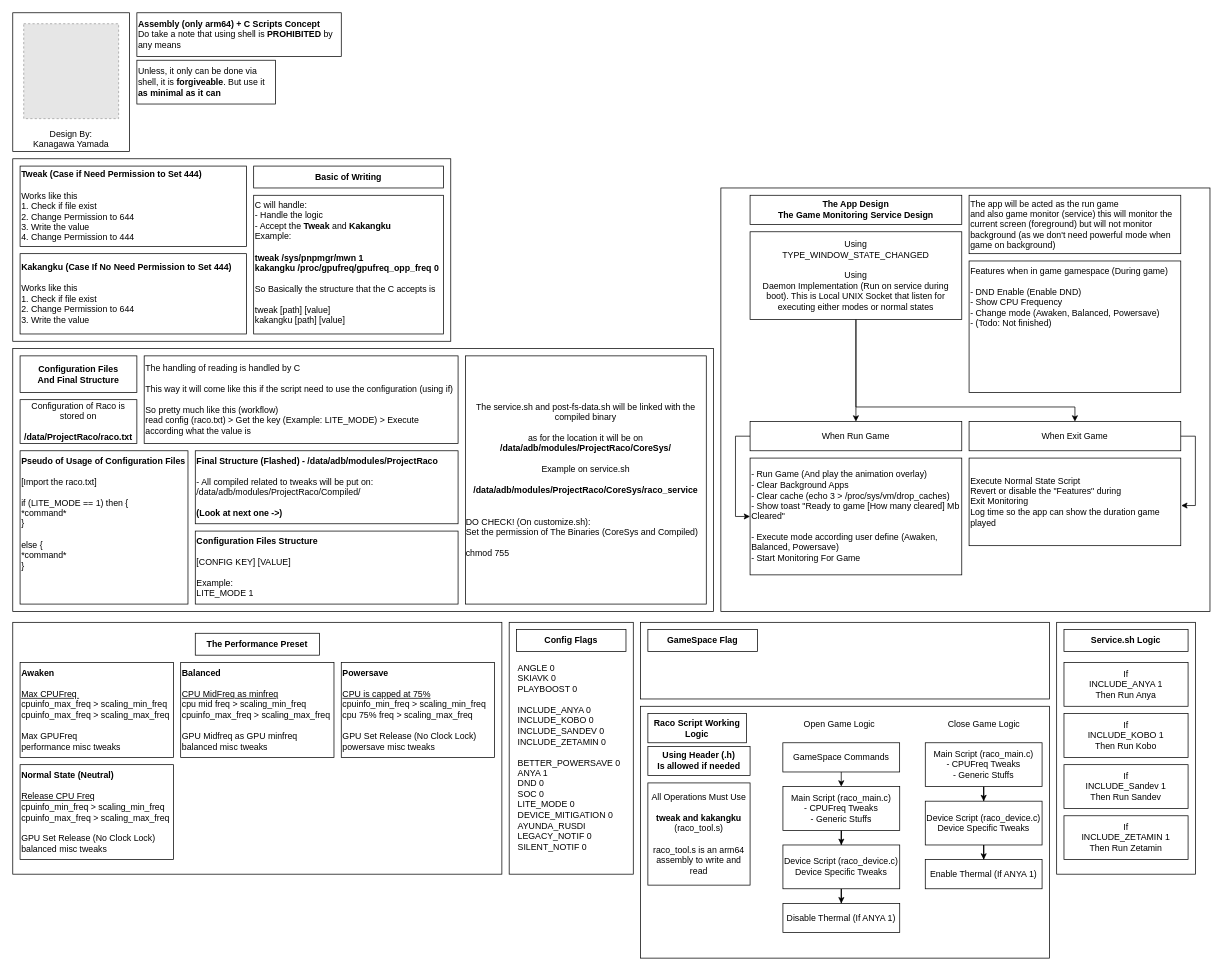
Above: Designs/Structure of Project Raco.drawio in LoggingNewMemory/Project-Raco (draw.io), before the change. Source tidied: cells renumbered, new cells numbered last; positions are measured from the earlier drawing's top-left corner, leaving out a move shared by most shapes. Both pictures are drawn from the tidied source at 73%, with x=0, y=0 at pixel (12, 12). Pictures stored in the file or linked from it are replaced by grey dashed boxes.
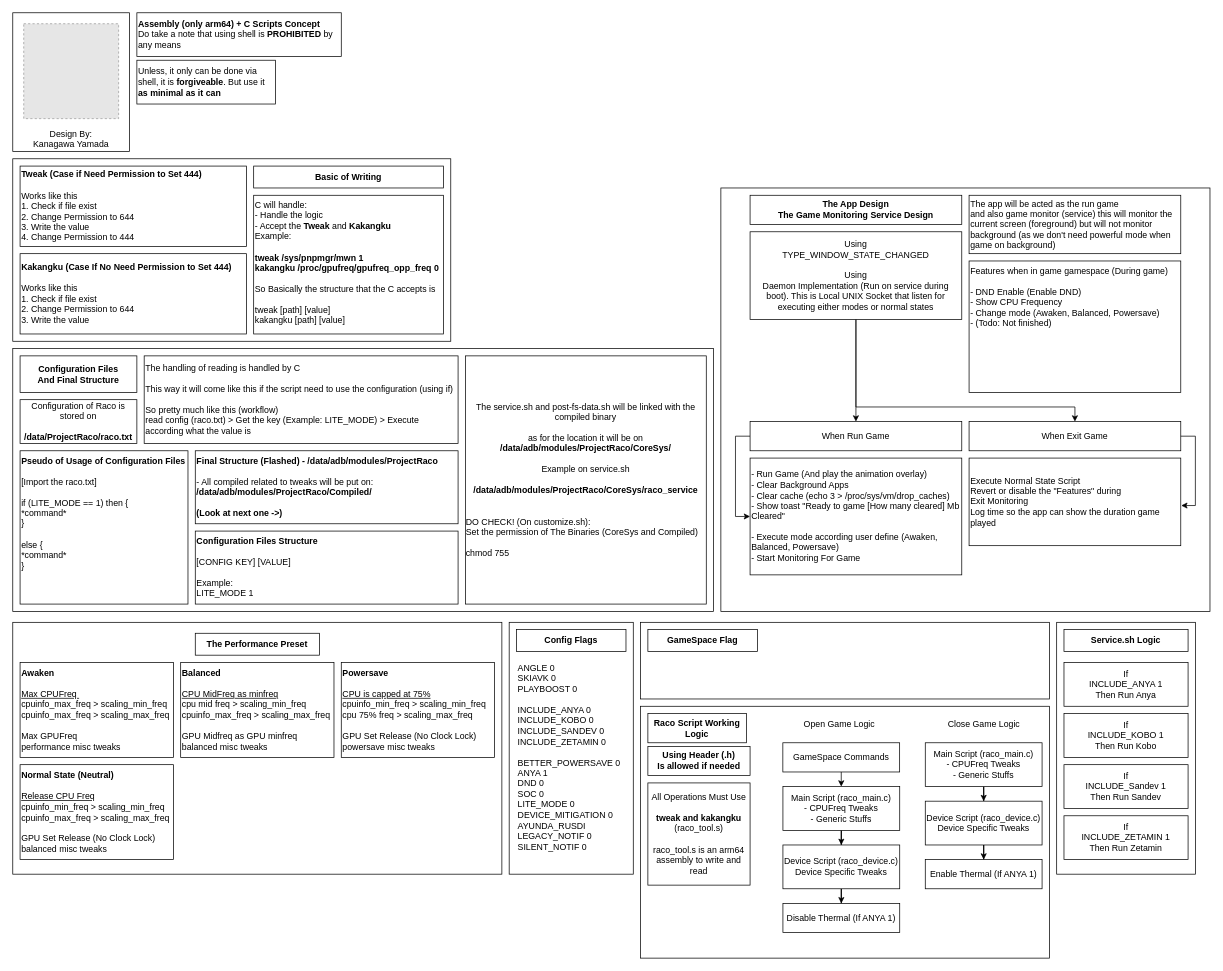
The same diagram, later.

Diff of the diagram source:
```diff
@@
-    <mxCell id="19" value="&lt;b&gt;Final Structure (Flashed) - /data/adb/modules/ProjectRaco&lt;/b&gt;&lt;div&gt;&lt;b&gt;&lt;br&gt;&lt;/b&gt;&lt;/div&gt;&lt;div&gt;- All compiled related to tweaks will be put on:&amp;nbsp;&lt;/div&gt;&lt;div&gt;&lt;span style=&quot;background-color: transparent; color: light-dark(rgb(0, 0, 0), rgb(255, 255, 255));&quot;&gt;/data/adb/modules/ProjectRaco/Compiled/&lt;/span&gt;&lt;/div&gt;&lt;div&gt;&lt;span style=&quot;background-color: transparent; color: light-dark(rgb(0, 0, 0), rgb(255, 255, 255));&quot;&gt;&lt;br&gt;&lt;/span&gt;&lt;/div&gt;&lt;div&gt;&lt;div&gt;&lt;b&gt;(Look at next one -&amp;gt;)&amp;nbsp;&lt;/b&gt;&lt;/div&gt;&lt;/div&gt;" style="rounded=0;whiteSpace=wrap;html=1;align=left;verticalAlign=top;" parent="1" vertex="1">
+    <mxCell id="19" value="&lt;b&gt;Final Structure (Flashed) - /data/adb/modules/ProjectRaco&lt;/b&gt;&lt;div&gt;&lt;b&gt;&lt;br&gt;&lt;/b&gt;&lt;/div&gt;&lt;div&gt;- All compiled related to tweaks will be put on:&amp;nbsp;&lt;/div&gt;&lt;div&gt;&lt;span style=&quot;background-color: transparent; color: light-dark(rgb(0, 0, 0), rgb(255, 255, 255));&quot;&gt;&lt;b&gt;/data/adb/modules/ProjectRaco/Compiled/&lt;/b&gt;&lt;/span&gt;&lt;/div&gt;&lt;div&gt;&lt;span style=&quot;background-color: transparent; color: light-dark(rgb(0, 0, 0), rgb(255, 255, 255));&quot;&gt;&lt;br&gt;&lt;/span&gt;&lt;/div&gt;&lt;div&gt;&lt;div&gt;&lt;b&gt;(Look at next one -&amp;gt;)&amp;nbsp;&lt;/b&gt;&lt;/div&gt;&lt;/div&gt;" style="rounded=0;whiteSpace=wrap;html=1;align=left;verticalAlign=top;" parent="1" vertex="1">
       <mxGeometry x="250" y="600" width="360" height="100" as="geometry" />
     </mxCell>
```
